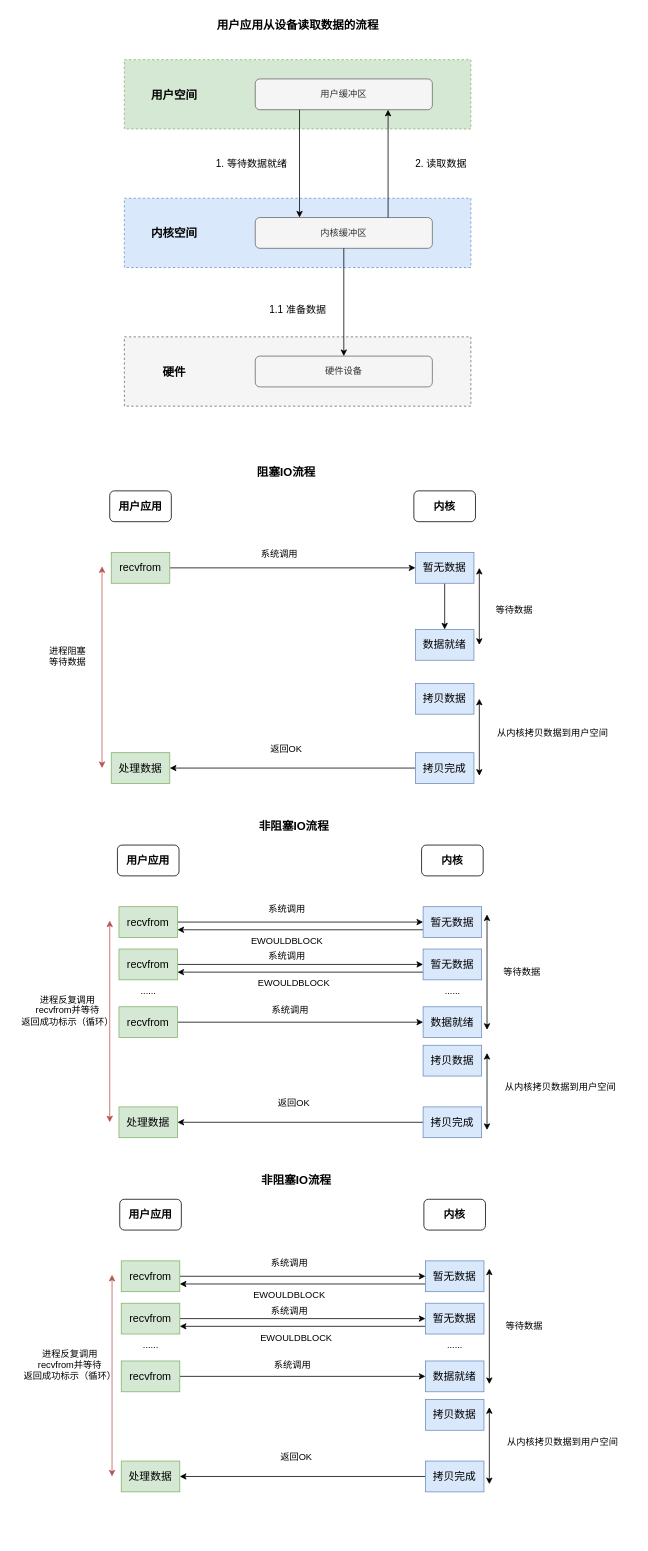
The draw.io diagram Redis-IO模型.drawio in XuYi-fei/draw.io.sync, before the edit. Source tidied: cells renumbered, new cells numbered last; positions are measured from the earlier drawing's top-left corner, leaving out a move shared by most shapes. Both pictures are drawn from the tidied source at 77%, with x=0, y=0 at pixel (13, 13).
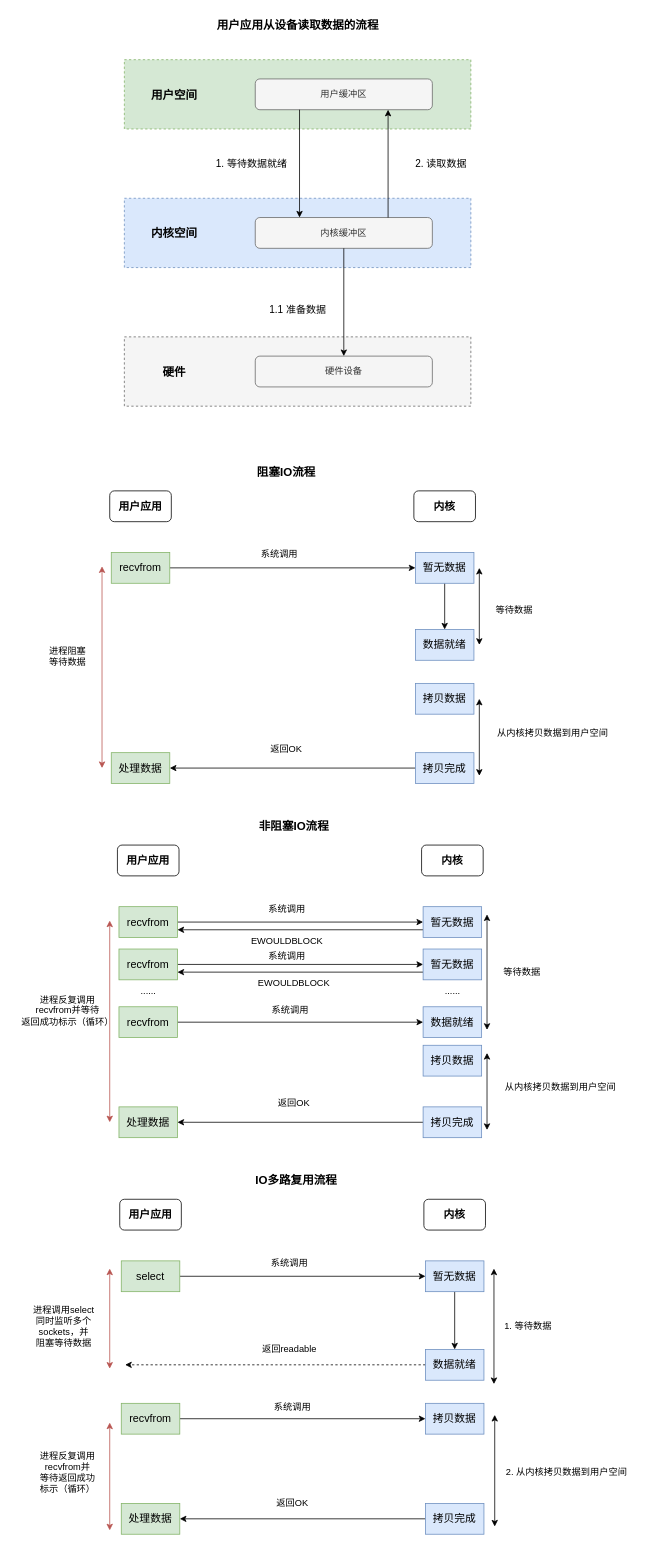
After the change.

The change refers to these unchanged cells:
```xml
<mxCell id="78" value="暂无数据" style="rounded=0;whiteSpace=wrap;html=1;fontSize=14;fillColor=#dae8fc;strokeColor=#6c8ebf;" parent="1" vertex="1">
  <mxGeometry x="535" y="1620" width="76" height="40" as="geometry" />
</mxCell>
```

Change to the diagram source:
```diff
@@
-    <mxCell id="76" value="recvfrom" style="rounded=0;whiteSpace=wrap;html=1;fontSize=14;fillColor=#d5e8d4;strokeColor=#82b366;" parent="1" vertex="1">
+    <mxCell id="76" value="select" style="rounded=0;whiteSpace=wrap;html=1;fontSize=14;fillColor=#d5e8d4;strokeColor=#82b366;" parent="1" vertex="1">
       <mxGeometry x="140" y="1620" width="76" height="40" as="geometry" />
     </mxCell>
-    <mxCell id="77" style="edgeStyle=orthogonalEdgeStyle;rounded=0;jettySize=auto;html=1;exitX=0;exitY=0.75;exitDx=0;exitDy=0;entryX=1;entryY=0.75;entryDx=0;entryDy=0;" parent="1" edge="1" source="78" target="76">
-      <mxGeometry relative="1" as="geometry" />
-    </mxCell>
+    <mxCell id="105" style="edgeStyle=orthogonalEdgeStyle;rounded=0;jettySize=auto;html=1;exitX=0.5;exitY=1;exitDx=0;exitDy=0;entryX=0.5;entryY=0;entryDx=0;entryDy=0;" parent="1" edge="1" source="78" target="79">
+      <mxGeometry relative="1" as="geometry" />
+    </mxCell>
@@
-    <mxCell id="79" value="数据就绪" style="rounded=0;whiteSpace=wrap;html=1;fontSize=14;fillColor=#dae8fc;strokeColor=#6c8ebf;" parent="1" vertex="1">
-      <mxGeometry x="535" y="1750" width="76" height="40" as="geometry" />
-    </mxCell>
     <mxCell id="80" value="拷贝数据" style="rounded=0;whiteSpace=wrap;html=1;fontSize=14;fillColor=#dae8fc;strokeColor=#6c8ebf;" parent="1" vertex="1">
-      <mxGeometry x="535" y="1800" width="76" height="40" as="geometry" />
+      <mxGeometry x="535" y="1805" width="76" height="40" as="geometry" />
     </mxCell>
@@
     <mxCell id="82" value="拷贝完成" style="rounded=0;whiteSpace=wrap;html=1;fontSize=14;fillColor=#dae8fc;strokeColor=#6c8ebf;" parent="1" vertex="1">
-      <mxGeometry x="535" y="1880" width="76" height="40" as="geometry" />
+      <mxGeometry x="535" y="1935" width="76" height="40" as="geometry" />
     </mxCell>
     <mxCell id="83" value="处理数据" style="rounded=0;whiteSpace=wrap;html=1;fontSize=14;fillColor=#d5e8d4;strokeColor=#82b366;" parent="1" vertex="1">
-      <mxGeometry x="140" y="1880" width="76" height="40" as="geometry" />
+      <mxGeometry x="140" y="1935" width="76" height="40" as="geometry" />
     </mxCell>
@@
     <mxCell id="85" style="endArrow=classic;startArrow=classic;html=1;rounded=0;" parent="1" edge="1">
       <mxGeometry relative="1" as="geometry">
-        <mxPoint x="618" y="1780" as="sourcePoint" />
-        <mxPoint x="618" y="1630" as="targetPoint" />
+        <mxPoint x="624" y="1780" as="sourcePoint" />
+        <mxPoint x="624" y="1630" as="targetPoint" />
       </mxGeometry>
     </mxCell>
-    <mxCell id="86" value="等待数据" style="text;html=1;align=center;verticalAlign=middle;strokeColor=none;fillColor=none;" parent="1" vertex="1">
-      <mxGeometry x="628" y="1690" width="70" height="30" as="geometry" />
+    <mxCell id="86" value="1. 等待数据" style="text;html=1;align=center;verticalAlign=middle;strokeColor=none;fillColor=none;" parent="1" vertex="1">
+      <mxGeometry x="628" y="1690" width="80" height="30" as="geometry" />
     </mxCell>
     <mxCell id="87" style="endArrow=classic;startArrow=classic;html=1;rounded=0;" parent="1" edge="1">
       <mxGeometry relative="1" as="geometry">
-        <mxPoint x="618" y="1910" as="sourcePoint" />
-        <mxPoint x="618" y="1810" as="targetPoint" />
+        <mxPoint x="625" y="1965" as="sourcePoint" />
+        <mxPoint x="625" y="1820" as="targetPoint" />
       </mxGeometry>
     </mxCell>
-    <mxCell id="88" value="从内核拷贝数据到用户空间" style="text;html=1;align=center;verticalAlign=middle;strokeColor=none;fillColor=none;" parent="1" vertex="1">
-      <mxGeometry x="628" y="1840" width="170" height="30" as="geometry" />
+    <mxCell id="88" value="2. 从内核拷贝数据到用户空间" style="text;html=1;align=center;verticalAlign=middle;strokeColor=none;fillColor=none;" parent="1" vertex="1">
+      <mxGeometry x="628" y="1880" width="180" height="30" as="geometry" />
     </mxCell>
     <mxCell id="89" value="返回OK" style="text;html=1;align=center;verticalAlign=middle;strokeColor=none;fillColor=none;" parent="1" vertex="1">
-      <mxGeometry x="337" y="1860" width="60" height="30" as="geometry" />
+      <mxGeometry x="332" y="1920" width="60" height="30" as="geometry" />
     </mxCell>
     <mxCell id="90" style="endArrow=classic;startArrow=classic;html=1;rounded=0;fillColor=#f8cecc;strokeColor=#b85450;" parent="1" edge="1">
       <mxGeometry relative="1" as="geometry">
-        <mxPoint x="128" y="1900" as="sourcePoint" />
-        <mxPoint x="128" y="1638" as="targetPoint" />
+        <mxPoint x="125" y="1760" as="sourcePoint" />
+        <mxPoint x="125" y="1630" as="targetPoint" />
       </mxGeometry>
     </mxCell>
-    <mxCell id="91" value="进程反复调用&lt;div&gt;recvfrom并等待&lt;/div&gt;&lt;div&gt;返回成功标示（循环）&lt;/div&gt;" style="text;html=1;align=center;verticalAlign=middle;strokeColor=none;fillColor=none;" parent="1" vertex="1">
-      <mxGeometry x="3" y="1725" width="140" height="60" as="geometry" />
+    <mxCell id="91" value="进程调用select&lt;div&gt;同时监听多个&lt;/div&gt;&lt;div&gt;sockets，并&lt;/div&gt;&lt;div&gt;阻塞等待数据&lt;/div&gt;" style="text;html=1;align=center;verticalAlign=middle;strokeColor=none;fillColor=none;" parent="1" vertex="1">
+      <mxGeometry x="15" y="1670" width="100" height="70" as="geometry" />
     </mxCell>
-    <mxCell id="92" value="非阻塞IO流程" style="text;html=1;align=center;verticalAlign=middle;strokeColor=none;fillColor=none;fontSize=15;fontStyle=1;" parent="1" vertex="1">
-      <mxGeometry x="312" y="1500" width="110" height="30" as="geometry" />
+    <mxCell id="92" value="IO多路复用流程" style="text;html=1;align=center;verticalAlign=middle;strokeColor=none;fillColor=none;fontSize=15;fontStyle=1;" parent="1" vertex="1">
+      <mxGeometry x="302" y="1500" width="130" height="30" as="geometry" />
     </mxCell>
-    <mxCell id="93" style="edgeStyle=orthogonalEdgeStyle;rounded=0;jettySize=auto;html=1;exitX=1;exitY=0.5;exitDx=0;exitDy=0;entryX=0;entryY=0.5;entryDx=0;entryDy=0;" parent="1" edge="1" source="94" target="99">
-      <mxGeometry relative="1" as="geometry" />
-    </mxCell>
-    <mxCell id="94" value="recvfrom" style="rounded=0;whiteSpace=wrap;html=1;fontSize=14;fillColor=#d5e8d4;strokeColor=#82b366;" parent="1" vertex="1">
-      <mxGeometry x="140" y="1675" width="76" height="40" as="geometry" />
-    </mxCell>
-    <mxCell id="95" style="edgeStyle=orthogonalEdgeStyle;rounded=0;jettySize=auto;html=1;exitX=1;exitY=0.5;exitDx=0;exitDy=0;entryX=0;entryY=0.5;entryDx=0;entryDy=0;" parent="1" edge="1" source="96" target="79">
+    <mxCell id="95" style="edgeStyle=orthogonalEdgeStyle;rounded=0;jettySize=auto;html=1;exitX=1;exitY=0.5;exitDx=0;exitDy=0;entryX=0;entryY=0.5;entryDx=0;entryDy=0;" parent="1" edge="1" source="96" target="80">
       <mxGeometry relative="1" as="geometry" />
     </mxCell>
     <mxCell id="96" value="recvfrom" style="rounded=0;whiteSpace=wrap;html=1;fontSize=14;fillColor=#d5e8d4;strokeColor=#82b366;" parent="1" vertex="1">
-      <mxGeometry x="140" y="1750" width="76" height="40" as="geometry" />
+      <mxGeometry x="140" y="1805" width="76" height="40" as="geometry" />
     </mxCell>
-    <mxCell id="97" value="......" style="text;html=1;align=center;verticalAlign=middle;strokeColor=none;fillColor=none;" parent="1" vertex="1">
-      <mxGeometry x="158" y="1715" width="40" height="30" as="geometry" />
-    </mxCell>
-    <mxCell id="98" style="edgeStyle=orthogonalEdgeStyle;rounded=0;jettySize=auto;html=1;exitX=0;exitY=0.75;exitDx=0;exitDy=0;entryX=1;entryY=0.75;entryDx=0;entryDy=0;" parent="1" edge="1" source="99" target="94">
-      <mxGeometry relative="1" as="geometry" />
+    <mxCell id="98" style="edgeStyle=orthogonalEdgeStyle;rounded=0;jettySize=auto;html=1;exitX=0;exitY=0.5;exitDx=0;exitDy=0;dashed=1;" parent="1" edge="1" source="79">
+      <mxGeometry relative="1" as="geometry">
+        <mxPoint x="145" y="1755" as="targetPoint" />
+      </mxGeometry>
     </mxCell>
-    <mxCell id="99" value="暂无数据" style="rounded=0;whiteSpace=wrap;html=1;fontSize=14;fillColor=#dae8fc;strokeColor=#6c8ebf;" parent="1" vertex="1">
-      <mxGeometry x="535" y="1675" width="76" height="40" as="geometry" />
-    </mxCell>
-    <mxCell id="100" value="......" style="text;html=1;align=center;verticalAlign=middle;strokeColor=none;fillColor=none;" parent="1" vertex="1">
-      <mxGeometry x="553" y="1715" width="40" height="30" as="geometry" />
-    </mxCell>
-    <mxCell id="101" value="EWOULDBLOCK" style="text;html=1;align=center;verticalAlign=middle;strokeColor=none;fillColor=none;" parent="1" vertex="1">
-      <mxGeometry x="298" y="1650" width="120" height="30" as="geometry" />
-    </mxCell>
-    <mxCell id="102" value="系统调用" style="text;html=1;align=center;verticalAlign=middle;strokeColor=none;fillColor=none;" parent="1" vertex="1">
-      <mxGeometry x="323" y="1670" width="70" height="30" as="geometry" />
+    <mxCell id="102" value="返回readable" style="text;html=1;align=center;verticalAlign=middle;strokeColor=none;fillColor=none;" parent="1" vertex="1">
+      <mxGeometry x="313" y="1720" width="90" height="30" as="geometry" />
     </mxCell>
-    <mxCell id="103" value="EWOULDBLOCK" style="text;html=1;align=center;verticalAlign=middle;strokeColor=none;fillColor=none;" parent="1" vertex="1">
-      <mxGeometry x="307" y="1705" width="120" height="30" as="geometry" />
-    </mxCell>
     <mxCell id="104" value="系统调用" style="text;html=1;align=center;verticalAlign=middle;strokeColor=none;fillColor=none;" parent="1" vertex="1">
-      <mxGeometry x="327" y="1740" width="70" height="30" as="geometry" />
+      <mxGeometry x="327" y="1795" width="70" height="30" as="geometry" />
     </mxCell>
+    <mxCell id="79" value="数据就绪" style="rounded=0;whiteSpace=wrap;html=1;fontSize=14;fillColor=#dae8fc;strokeColor=#6c8ebf;" parent="1" vertex="1">
+      <mxGeometry x="535" y="1735" width="76" height="40" as="geometry" />
+    </mxCell>
+    <mxCell id="106" style="endArrow=classic;startArrow=classic;html=1;rounded=0;fillColor=#f8cecc;strokeColor=#b85450;" parent="1" edge="1">
+      <mxGeometry relative="1" as="geometry">
+        <mxPoint x="125" y="1970" as="sourcePoint" />
+        <mxPoint x="125" y="1830" as="targetPoint" />
+      </mxGeometry>
+    </mxCell>
+    <mxCell id="107" value="进程反复调用&lt;div&gt;recvfrom并&lt;/div&gt;&lt;div&gt;等待返回成功&lt;/div&gt;&lt;div&gt;标示（循环）&lt;/div&gt;" style="text;html=1;align=center;verticalAlign=middle;strokeColor=none;fillColor=none;" parent="1" vertex="1">
+      <mxGeometry x="20" y="1860" width="100" height="70" as="geometry" />
+    </mxCell>
```
